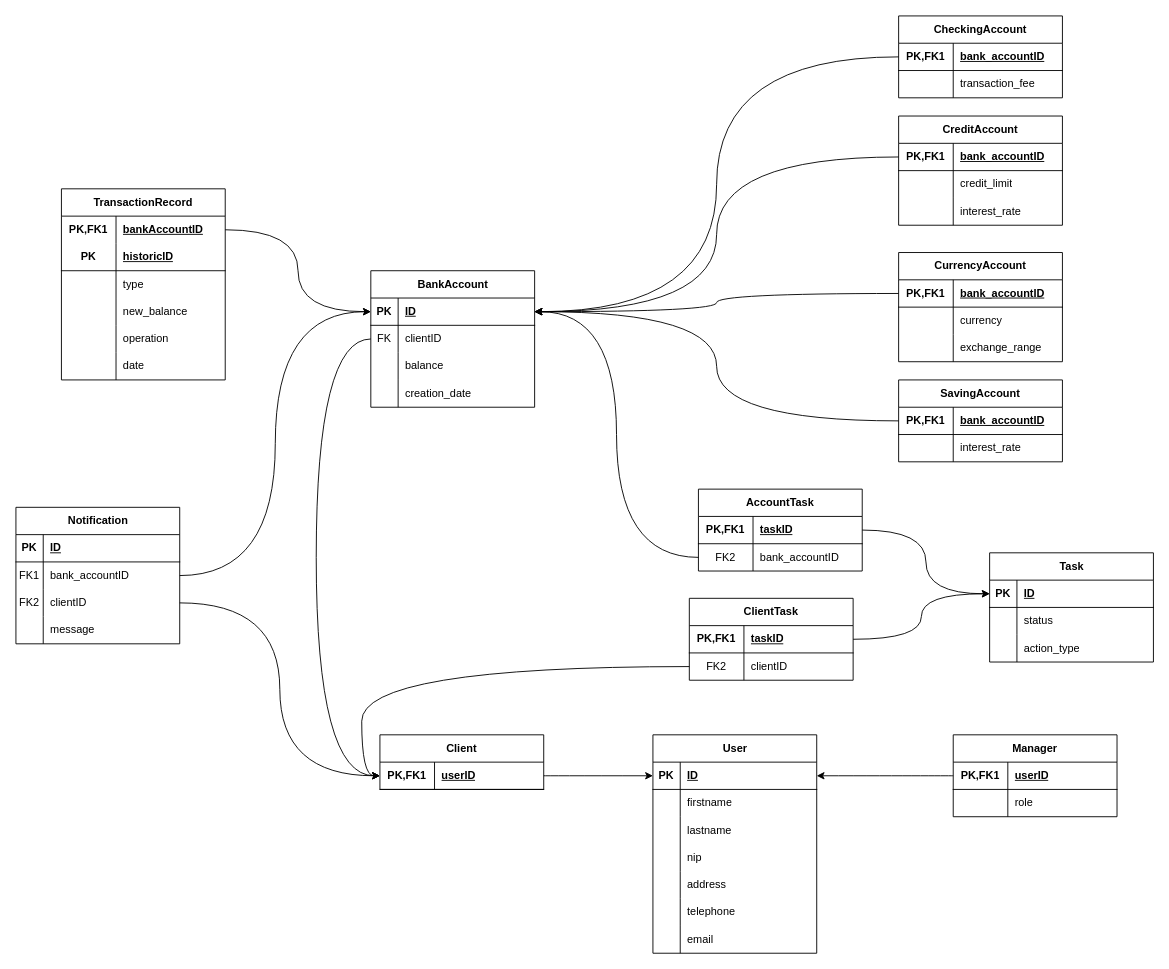
Earlier version of the draw.io diagram diagram/xml/RDM_BankDatabase.drawio (colXavGig/FortisBankSystem). Source tidied: cells renumbered, new cells numbered last; positions are measured from the earlier drawing's top-left corner, leaving out a move shared by most shapes. Both pictures are drawn from the tidied source at 91%, with x=0, y=0 at pixel (15, 15).
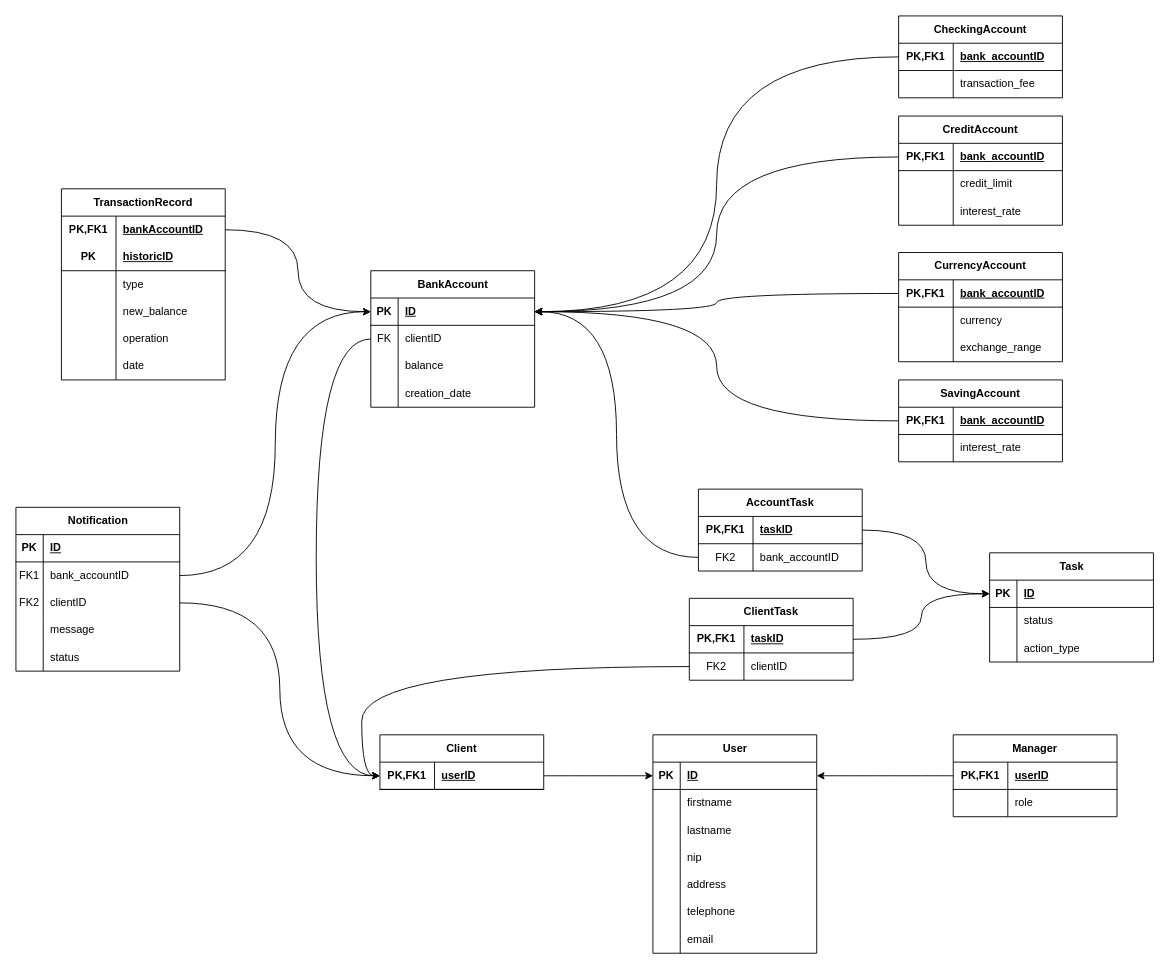
The same diagram, later.

What changed in the source:
```diff
@@
     <mxCell id="135" value="Notification" style="shape=table;startSize=30;childLayout=tableLayout;rowLines=0;fontStyle=1;align=center;html=1;" parent="1" vertex="1">
-      <mxGeometry y="540" width="180" height="150" as="geometry" />
+      <mxGeometry y="540" width="180" height="180" as="geometry" />
     </mxCell>
@@
+    <mxCell id="152" style="shape=tableRow;horizontal=0;startSize=0;swimlaneHead=0;swimlaneBody=0;fillColor=none;top=0;left=0;right=0;bottom=0;" parent="135" vertex="1">
+      <mxGeometry y="150" width="180" height="30" as="geometry" />
+    </mxCell>
+    <mxCell id="153" style="shape=partialRectangle;fillColor=none;top=0;left=0;bottom=0;right=0;overflow=hidden;whiteSpace=wrap;html=1;" parent="152" vertex="1">
+      <mxGeometry width="30" height="30" as="geometry" />
+    </mxCell>
+    <mxCell id="154" value="status" style="shape=partialRectangle;fillColor=none;top=0;left=0;bottom=0;right=0;align=left;spacingLeft=6;overflow=hidden;whiteSpace=wrap;html=1;" parent="152" vertex="1">
+      <mxGeometry x="30" width="150" height="30" as="geometry" />
+    </mxCell>
```
